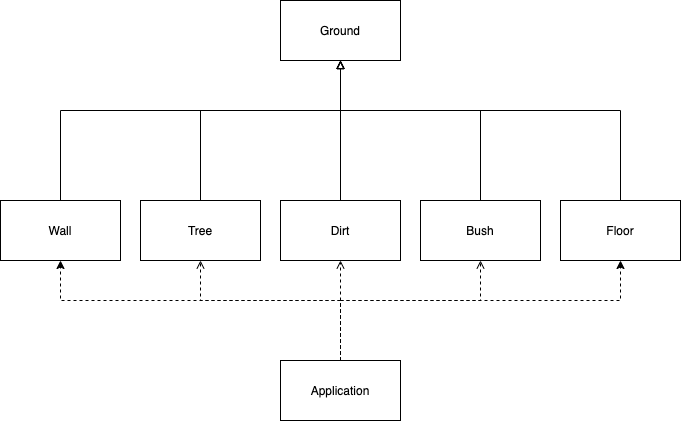
Before: docs/FIT2099_A1_UML_Ground.png, a diagram exported from draw.io (Nochl/Jurrasic_Park_Sim). Source tidied: cells renumbered, new cells last; positions are measured from the earlier drawing's top-left corner, leaving out a move shared by most shapes. Its diagram source:
```xml
<mxGraphModel>
  <root>
    <mxCell id="0" />
    <mxCell id="1" parent="0" />
    <mxCell id="2" style="edgeStyle=orthogonalEdgeStyle;rounded=0;jettySize=auto;html=1;entryX=0.5;entryY=1;entryDx=0;entryDy=0;endArrow=open;endFill=0;dashed=1;" parent="1" edge="1" source="7" target="9">
      <mxGeometry relative="1" as="geometry">
        <Array as="points">
          <mxPoint x="340" y="300" />
          <mxPoint x="200" y="300" />
        </Array>
      </mxGeometry>
    </mxCell>
    <mxCell id="3" style="edgeStyle=orthogonalEdgeStyle;rounded=0;jettySize=auto;html=1;entryX=0.5;entryY=1;entryDx=0;entryDy=0;dashed=1;endArrow=open;endFill=0;" parent="1" edge="1" source="7" target="11">
      <mxGeometry relative="1" as="geometry">
        <Array as="points">
          <mxPoint x="340" y="330" />
          <mxPoint x="340" y="330" />
        </Array>
      </mxGeometry>
    </mxCell>
    <mxCell id="4" style="edgeStyle=orthogonalEdgeStyle;rounded=0;jettySize=auto;html=1;entryX=0.5;entryY=1;entryDx=0;entryDy=0;dashed=1;endArrow=open;endFill=0;" parent="1" edge="1" source="7" target="13">
      <mxGeometry relative="1" as="geometry">
        <Array as="points">
          <mxPoint x="340" y="300" />
          <mxPoint x="480" y="300" />
        </Array>
      </mxGeometry>
    </mxCell>
    <mxCell id="5" style="edgeStyle=orthogonalEdgeStyle;rounded=0;jettySize=auto;html=1;entryX=0.5;entryY=1;entryDx=0;entryDy=0;endArrow=classic;endFill=1;dashed=1;" parent="1" edge="1" source="7" target="16">
      <mxGeometry relative="1" as="geometry">
        <Array as="points">
          <mxPoint x="340" y="300" />
          <mxPoint x="620" y="300" />
        </Array>
      </mxGeometry>
    </mxCell>
    <mxCell id="6" style="edgeStyle=orthogonalEdgeStyle;rounded=0;jettySize=auto;html=1;entryX=0.5;entryY=1;entryDx=0;entryDy=0;dashed=1;endArrow=classic;endFill=1;" parent="1" edge="1" source="7" target="18">
      <mxGeometry relative="1" as="geometry">
        <Array as="points">
          <mxPoint x="340" y="300" />
          <mxPoint x="60" y="300" />
        </Array>
      </mxGeometry>
    </mxCell>
    <mxCell id="7" value="Application" style="whiteSpace=wrap;html=1;" parent="1" vertex="1">
      <mxGeometry x="280" y="360" width="120" height="60" as="geometry" />
    </mxCell>
    <mxCell id="8" style="edgeStyle=orthogonalEdgeStyle;rounded=0;jettySize=auto;html=1;entryX=0.5;entryY=1;entryDx=0;entryDy=0;endArrow=block;endFill=0;" parent="1" edge="1" source="9" target="14">
      <mxGeometry relative="1" as="geometry">
        <Array as="points">
          <mxPoint x="200" y="110" />
          <mxPoint x="340" y="110" />
        </Array>
      </mxGeometry>
    </mxCell>
    <mxCell id="9" value="Tree&lt;br&gt;" style="whiteSpace=wrap;html=1;" parent="1" vertex="1">
      <mxGeometry x="140" y="200" width="120" height="60" as="geometry" />
    </mxCell>
    <mxCell id="10" style="edgeStyle=orthogonalEdgeStyle;rounded=0;jettySize=auto;html=1;exitX=0.5;exitY=0;exitDx=0;exitDy=0;endArrow=block;endFill=0;" parent="1" edge="1" source="11">
      <mxGeometry relative="1" as="geometry">
        <mxPoint x="340" y="60" as="targetPoint" />
      </mxGeometry>
    </mxCell>
    <mxCell id="11" value="Dirt" style="whiteSpace=wrap;html=1;" parent="1" vertex="1">
      <mxGeometry x="280" y="200" width="120" height="60" as="geometry" />
    </mxCell>
    <mxCell id="12" style="edgeStyle=orthogonalEdgeStyle;rounded=0;jettySize=auto;html=1;entryX=0.5;entryY=1;entryDx=0;entryDy=0;endArrow=block;endFill=0;" parent="1" edge="1" source="13" target="14">
      <mxGeometry relative="1" as="geometry">
        <Array as="points">
          <mxPoint x="480" y="110" />
          <mxPoint x="340" y="110" />
        </Array>
      </mxGeometry>
    </mxCell>
    <mxCell id="13" value="Bush" style="whiteSpace=wrap;html=1;" parent="1" vertex="1">
      <mxGeometry x="420" y="200" width="120" height="60" as="geometry" />
    </mxCell>
    <mxCell id="14" value="Ground" style="whiteSpace=wrap;html=1;" parent="1" vertex="1">
      <mxGeometry x="280" width="120" height="60" as="geometry" />
    </mxCell>
    <mxCell id="15" style="edgeStyle=orthogonalEdgeStyle;rounded=0;jettySize=auto;html=1;endArrow=block;endFill=0;" parent="1" edge="1" source="16">
      <mxGeometry relative="1" as="geometry">
        <mxPoint x="340" y="60" as="targetPoint" />
        <Array as="points">
          <mxPoint x="620" y="110" />
          <mxPoint x="340" y="110" />
        </Array>
      </mxGeometry>
    </mxCell>
    <mxCell id="16" value="Floor" style="whiteSpace=wrap;html=1;" parent="1" vertex="1">
      <mxGeometry x="560" y="200" width="120" height="60" as="geometry" />
    </mxCell>
    <mxCell id="17" style="edgeStyle=orthogonalEdgeStyle;rounded=0;jettySize=auto;html=1;entryX=0.5;entryY=1;entryDx=0;entryDy=0;endArrow=block;endFill=0;" parent="1" edge="1" source="18" target="14">
      <mxGeometry relative="1" as="geometry">
        <Array as="points">
          <mxPoint x="60" y="110" />
          <mxPoint x="340" y="110" />
        </Array>
      </mxGeometry>
    </mxCell>
    <mxCell id="18" value="Wall" style="whiteSpace=wrap;html=1;" parent="1" vertex="1">
      <mxGeometry y="200" width="120" height="60" as="geometry" />
    </mxCell>
  </root>
</mxGraphModel>
```
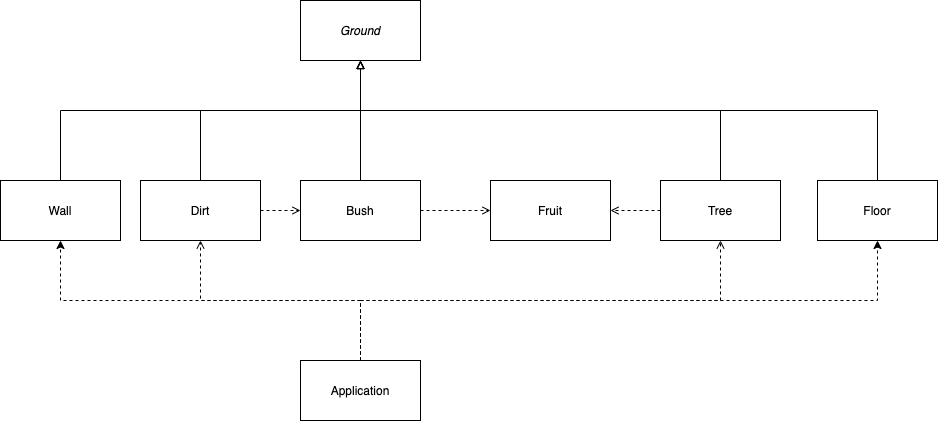
The same diagram one commit later.

The edit, as a diff of the source:
```diff
@@ -6,31 +6,26 @@
       <mxGeometry relative="1" as="geometry">
         <Array as="points">
           <mxPoint x="340" y="300" />
-          <mxPoint x="200" y="300" />
+          <mxPoint x="700" y="300" />
         </Array>
       </mxGeometry>
     </mxCell>
     <mxCell id="3" style="edgeStyle=orthogonalEdgeStyle;rounded=0;jettySize=auto;html=1;entryX=0.5;entryY=1;entryDx=0;entryDy=0;dashed=1;endArrow=open;endFill=0;" parent="1" edge="1" source="7" target="11">
       <mxGeometry relative="1" as="geometry">
         <Array as="points">
-          <mxPoint x="340" y="330" />
-          <mxPoint x="340" y="330" />
+          <mxPoint x="340" y="300" />
+          <mxPoint x="180" y="300" />
         </Array>
       </mxGeometry>
     </mxCell>
-    <mxCell id="4" style="edgeStyle=orthogonalEdgeStyle;rounded=0;jettySize=auto;html=1;entryX=0.5;entryY=1;entryDx=0;entryDy=0;dashed=1;endArrow=open;endFill=0;" parent="1" edge="1" source="7" target="13">
-      <mxGeometry relative="1" as="geometry">
-        <Array as="points">
-          <mxPoint x="340" y="300" />
-          <mxPoint x="480" y="300" />
-        </Array>
-      </mxGeometry>
+    <mxCell id="4" style="edgeStyle=orthogonalEdgeStyle;rounded=0;jettySize=auto;html=1;entryX=0;entryY=0.5;entryDx=0;entryDy=0;dashed=1;endArrow=open;endFill=0;exitX=1;exitY=0.5;exitDx=0;exitDy=0;" parent="1" edge="1" source="11" target="13">
+      <mxGeometry relative="1" as="geometry" />
     </mxCell>
     <mxCell id="5" style="edgeStyle=orthogonalEdgeStyle;rounded=0;jettySize=auto;html=1;entryX=0.5;entryY=1;entryDx=0;entryDy=0;endArrow=classic;endFill=1;dashed=1;" parent="1" edge="1" source="7" target="16">
       <mxGeometry relative="1" as="geometry">
         <Array as="points">
           <mxPoint x="340" y="300" />
-          <mxPoint x="620" y="300" />
+          <mxPoint x="857" y="300" />
         </Array>
       </mxGeometry>
     </mxCell>
@@ -38,7 +33,7 @@
       <mxGeometry relative="1" as="geometry">
         <Array as="points">
           <mxPoint x="340" y="300" />
-          <mxPoint x="60" y="300" />
+          <mxPoint x="40" y="300" />
         </Array>
       </mxGeometry>
     </mxCell>
@@ -48,58 +43,71 @@
     <mxCell id="8" style="edgeStyle=orthogonalEdgeStyle;rounded=0;jettySize=auto;html=1;entryX=0.5;entryY=1;entryDx=0;entryDy=0;endArrow=block;endFill=0;" parent="1" edge="1" source="9" target="14">
       <mxGeometry relative="1" as="geometry">
         <Array as="points">
-          <mxPoint x="200" y="110" />
+          <mxPoint x="700" y="110" />
           <mxPoint x="340" y="110" />
         </Array>
       </mxGeometry>
     </mxCell>
+    <mxCell id="19" style="edgeStyle=orthogonalEdgeStyle;rounded=0;jettySize=auto;html=1;entryX=1;entryY=0.5;entryDx=0;entryDy=0;dashed=1;endArrow=open;endFill=0;" parent="1" edge="1" source="9" target="21">
+      <mxGeometry relative="1" as="geometry" />
+    </mxCell>
     <mxCell id="9" value="Tree&lt;br&gt;" style="whiteSpace=wrap;html=1;" parent="1" vertex="1">
-      <mxGeometry x="140" y="200" width="120" height="60" as="geometry" />
+      <mxGeometry x="640" y="180" width="120" height="60" as="geometry" />
     </mxCell>
     <mxCell id="10" style="edgeStyle=orthogonalEdgeStyle;rounded=0;jettySize=auto;html=1;exitX=0.5;exitY=0;exitDx=0;exitDy=0;endArrow=block;endFill=0;" parent="1" edge="1" source="11">
       <mxGeometry relative="1" as="geometry">
         <mxPoint x="340" y="60" as="targetPoint" />
+        <Array as="points">
+          <mxPoint x="180" y="110" />
+          <mxPoint x="340" y="110" />
+        </Array>
       </mxGeometry>
     </mxCell>
     <mxCell id="11" value="Dirt" style="whiteSpace=wrap;html=1;" parent="1" vertex="1">
-      <mxGeometry x="280" y="200" width="120" height="60" as="geometry" />
+      <mxGeometry x="120" y="180" width="120" height="60" as="geometry" />
     </mxCell>
-    <mxCell id="12" style="edgeStyle=orthogonalEdgeStyle;rounded=0;jettySize=auto;html=1;entryX=0.5;entryY=1;entryDx=0;entryDy=0;endArrow=block;endFill=0;" parent="1" edge="1" source="13" target="14">
-      <mxGeometry relative="1" as="geometry">
-        <Array as="points">
-          <mxPoint x="480" y="110" />
-          <mxPoint x="340" y="110" />
-        </Array>
-      </mxGeometry>
-    </mxCell>
+    <mxCell id="20" style="edgeStyle=orthogonalEdgeStyle;rounded=0;jettySize=auto;html=1;endArrow=open;endFill=0;dashed=1;" parent="1" edge="1" source="13" target="21">
+      <mxGeometry relative="1" as="geometry" />
+    </mxCell>
     <mxCell id="13" value="Bush" style="whiteSpace=wrap;html=1;" parent="1" vertex="1">
-      <mxGeometry x="420" y="200" width="120" height="60" as="geometry" />
+      <mxGeometry x="280" y="180" width="120" height="60" as="geometry" />
     </mxCell>
-    <mxCell id="14" value="Ground" style="whiteSpace=wrap;html=1;" parent="1" vertex="1">
+    <mxCell id="14" value="&lt;i&gt;Ground&lt;/i&gt;" style="whiteSpace=wrap;html=1;" parent="1" vertex="1">
       <mxGeometry x="280" width="120" height="60" as="geometry" />
     </mxCell>
     <mxCell id="15" style="edgeStyle=orthogonalEdgeStyle;rounded=0;jettySize=auto;html=1;endArrow=block;endFill=0;" parent="1" edge="1" source="16">
       <mxGeometry relative="1" as="geometry">
         <mxPoint x="340" y="60" as="targetPoint" />
         <Array as="points">
-          <mxPoint x="620" y="110" />
+          <mxPoint x="857" y="110" />
           <mxPoint x="340" y="110" />
         </Array>
       </mxGeometry>
     </mxCell>
     <mxCell id="16" value="Floor" style="whiteSpace=wrap;html=1;" parent="1" vertex="1">
-      <mxGeometry x="560" y="200" width="120" height="60" as="geometry" />
+      <mxGeometry x="797" y="180" width="120" height="60" as="geometry" />
     </mxCell>
     <mxCell id="17" style="edgeStyle=orthogonalEdgeStyle;rounded=0;jettySize=auto;html=1;entryX=0.5;entryY=1;entryDx=0;entryDy=0;endArrow=block;endFill=0;" parent="1" edge="1" source="18" target="14">
       <mxGeometry relative="1" as="geometry">
         <Array as="points">
-          <mxPoint x="60" y="110" />
+          <mxPoint x="40" y="110" />
           <mxPoint x="340" y="110" />
         </Array>
       </mxGeometry>
     </mxCell>
     <mxCell id="18" value="Wall" style="whiteSpace=wrap;html=1;" parent="1" vertex="1">
-      <mxGeometry y="200" width="120" height="60" as="geometry" />
+      <mxGeometry x="-20" y="180" width="120" height="60" as="geometry" />
     </mxCell>
+    <mxCell id="12" style="edgeStyle=orthogonalEdgeStyle;rounded=0;jettySize=auto;html=1;entryX=0.5;entryY=1;entryDx=0;entryDy=0;endArrow=block;endFill=0;exitX=0.5;exitY=0;exitDx=0;exitDy=0;" parent="1" edge="1" source="13" target="14">
+      <mxGeometry relative="1" as="geometry">
+        <Array as="points">
+          <mxPoint x="340" y="180" />
+          <mxPoint x="340" y="60" />
+        </Array>
+      </mxGeometry>
+    </mxCell>
+    <mxCell id="21" value="Fruit" style="whiteSpace=wrap;html=1;" parent="1" vertex="1">
+      <mxGeometry x="470" y="180" width="120" height="60" as="geometry" />
+    </mxCell>
   </root>
 </mxGraphModel>
```
